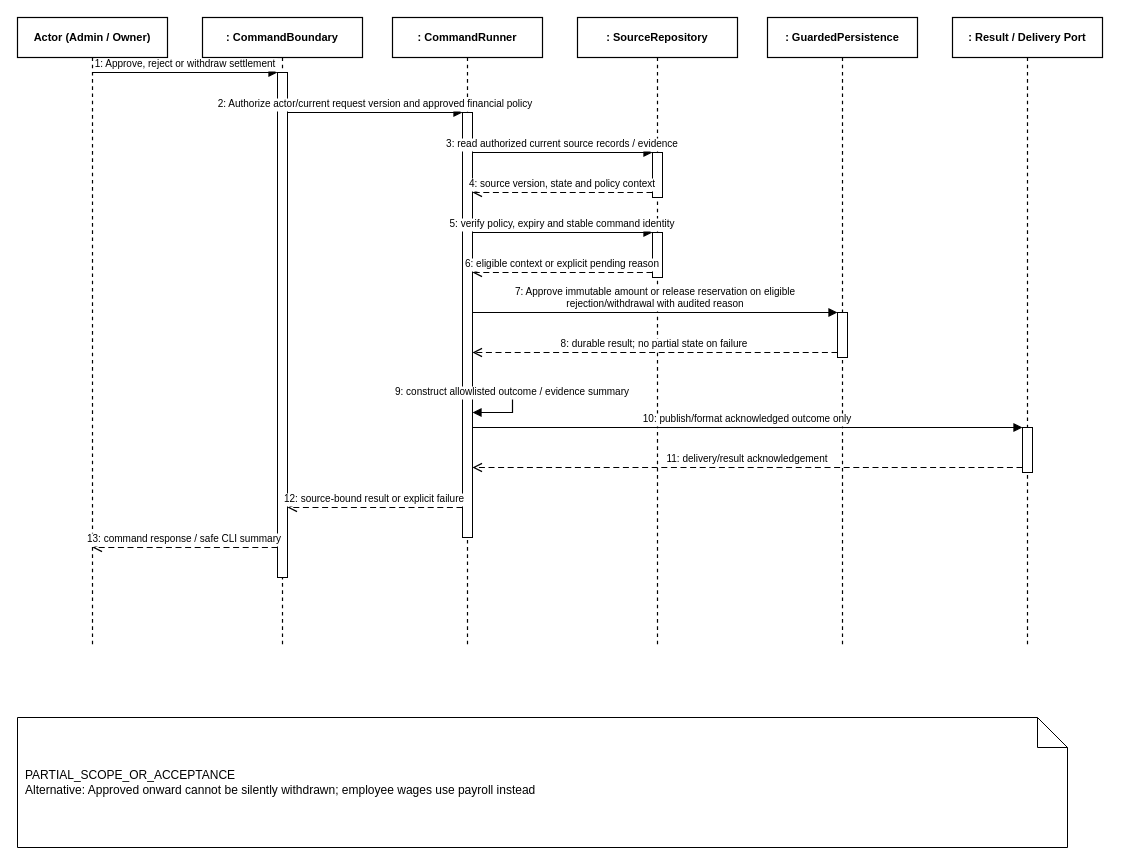
The draw.io diagram doc/reports/report4/sequence/fin-02.drawio in ngocthanhhx7/SEP490_G101_FALL2026, before the edit. Source tidied: cells renumbered, new cells numbered last; positions are measured from the earlier drawing's top-left corner, leaving out a move shared by most shapes. Both pictures are drawn from the tidied source at 100%, with x=0, y=0 at pixel (17, 17).
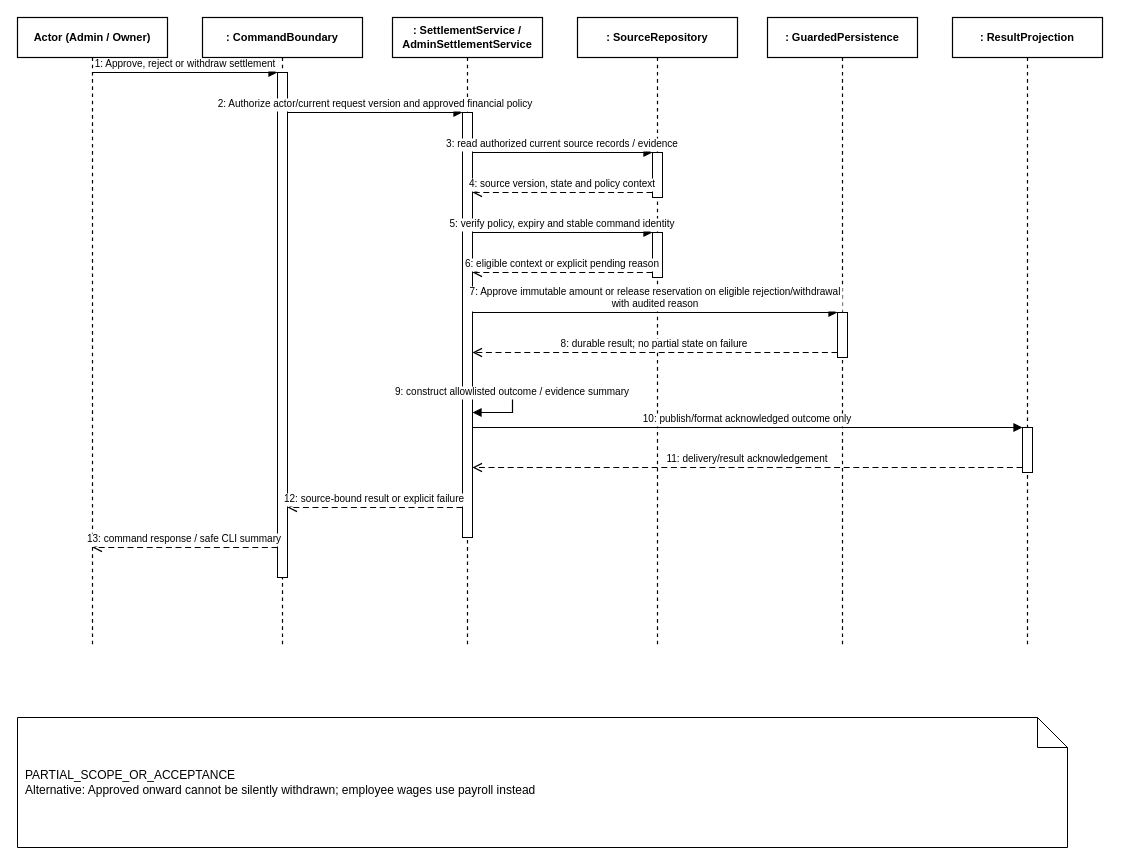
After the change.

Change to the diagram source:
```diff
@@
-    <mxCell id="4" value=": CommandRunner" style="shape=umlLifeline;perimeter=lifelinePerimeter;whiteSpace=wrap;html=0;size=40;fillColor=#FFFFFF;strokeColor=#000000;strokeWidth=1.2;fontStyle=1;fontSize=11;align=center;" parent="1" vertex="1">
+    <mxCell id="4" value=": SettlementService /&#10;AdminSettlementService" style="shape=umlLifeline;perimeter=lifelinePerimeter;whiteSpace=wrap;html=0;size=40;fillColor=#FFFFFF;strokeColor=#000000;strokeWidth=1.2;fontStyle=1;fontSize=11;align=center;" parent="1" vertex="1">
       <mxGeometry x="375" width="150" height="630" as="geometry" />
     </mxCell>
@@
-    <mxCell id="7" value=": Result / Delivery Port" style="shape=umlLifeline;perimeter=lifelinePerimeter;whiteSpace=wrap;html=0;size=40;fillColor=#FFFFFF;strokeColor=#000000;strokeWidth=1.2;fontStyle=1;fontSize=11;align=center;" parent="1" vertex="1">
+    <mxCell id="7" value=": ResultProjection" style="shape=umlLifeline;perimeter=lifelinePerimeter;whiteSpace=wrap;html=0;size=40;fillColor=#FFFFFF;strokeColor=#000000;strokeWidth=1.2;fontStyle=1;fontSize=11;align=center;" parent="1" vertex="1">
       <mxGeometry x="935" width="150" height="630" as="geometry" />
     </mxCell>
@@
-    <mxCell id="20" value="7: Approve immutable amount or release reservation on eligible&#10;rejection/withdrawal with audited reason" style="html=0;verticalAlign=bottom;endArrow=block;endFill=1;strokeColor=#000000;strokeWidth=1.2;fontSize=10;fontColor=#000000;edgeStyle=orthogonalEdgeStyle;rounded=0;" parent="1" edge="1">
+    <mxCell id="20" value="7: Approve immutable amount or release reservation on eligible rejection/withdrawal&#10;with audited reason" style="html=0;verticalAlign=bottom;endArrow=block;endFill=1;strokeColor=#000000;strokeWidth=1.2;fontSize=10;fontColor=#000000;edgeStyle=orthogonalEdgeStyle;rounded=0;" parent="1" edge="1">
       <mxGeometry relative="1" as="geometry">
         <mxPoint x="455" y="295" as="sourcePoint" />
         <mxPoint x="820" y="295" as="targetPoint" />
       </mxGeometry>
     </mxCell>
```
